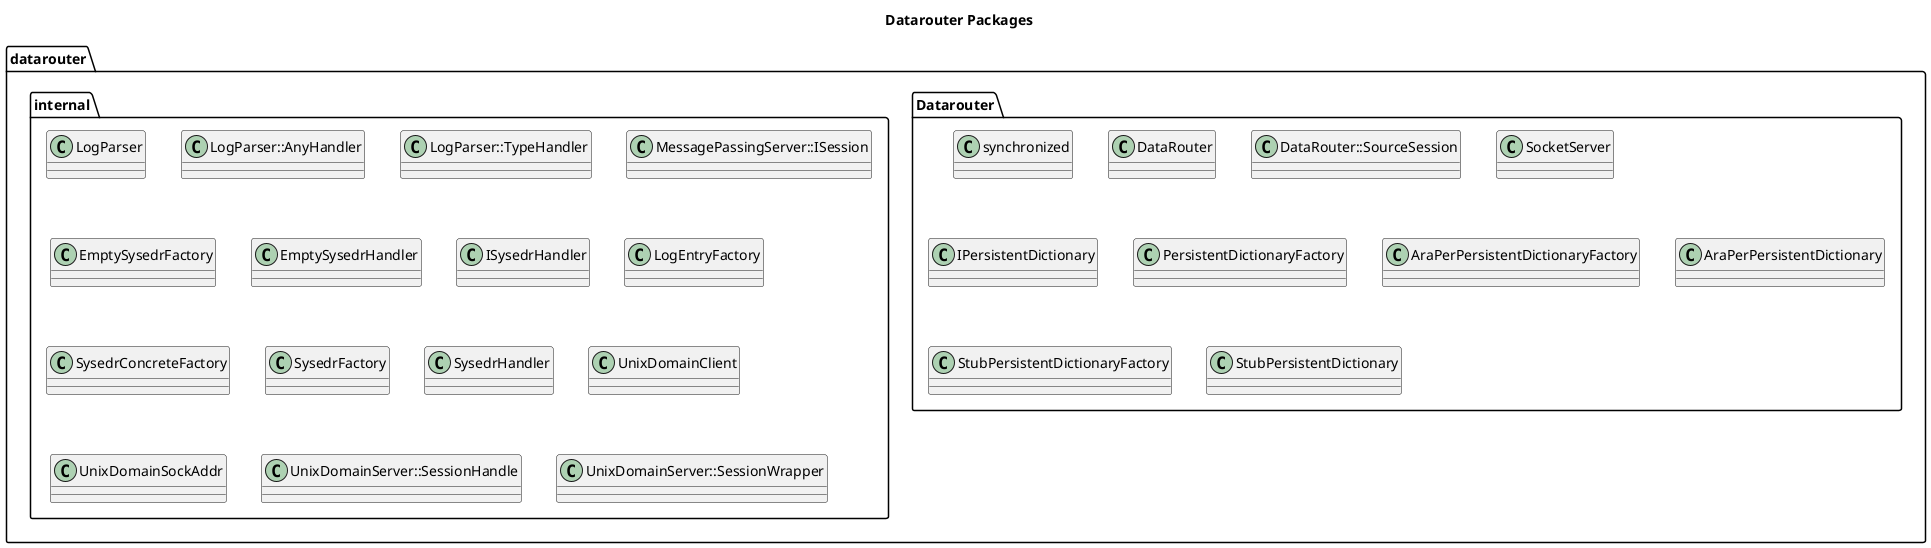
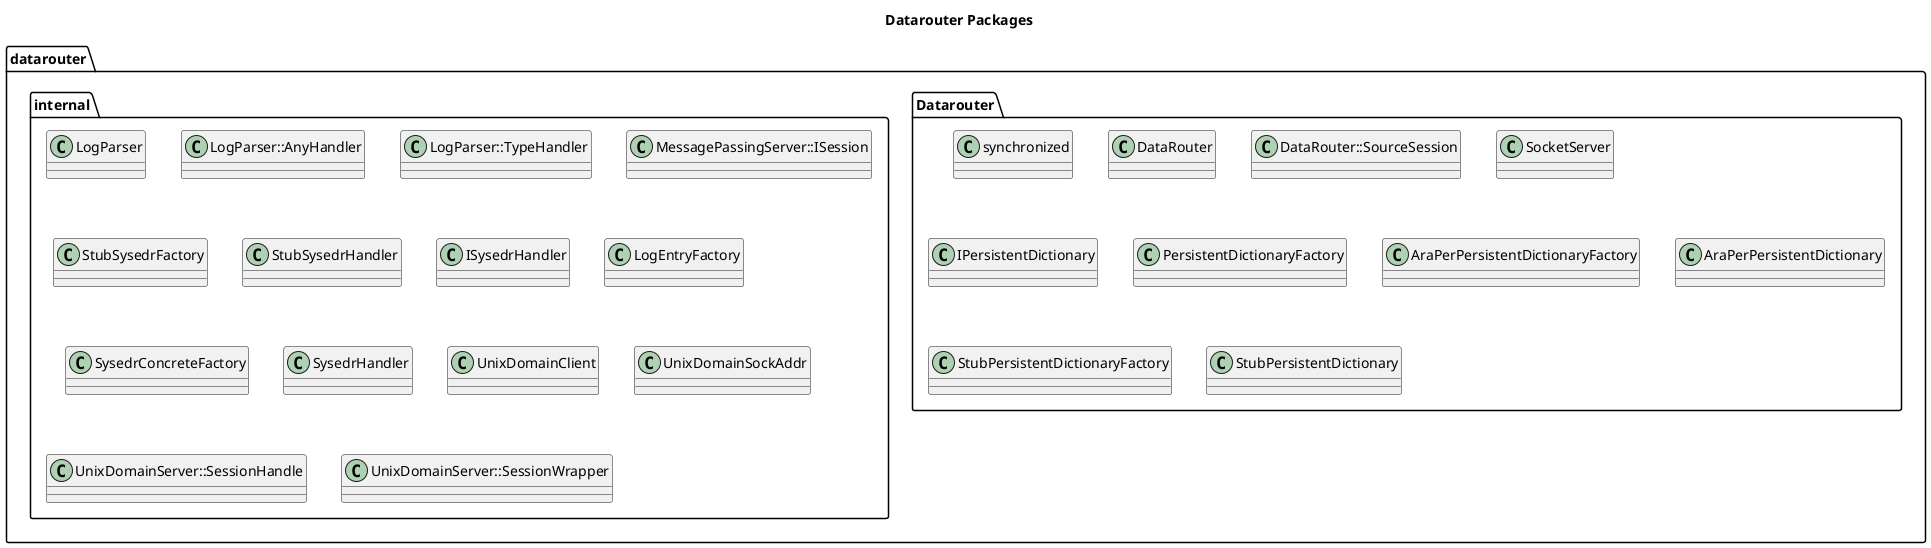
@startuml

title Datarouter Packages

package datarouter {
  package Datarouter {
    class synchronized
    class DataRouter
    class DataRouter::SourceSession
    class SocketServer
    class IPersistentDictionary
    class PersistentDictionaryFactory
    class AraPerPersistentDictionaryFactory
    class AraPerPersistentDictionary
    class StubPersistentDictionaryFactory
    class StubPersistentDictionary
  }

  package internal {
    class LogParser
    class LogParser::AnyHandler
    class LogParser::TypeHandler
    class MessagePassingServer::ISession
-     class EmptySysedrFactory
-     class EmptySysedrHandler
+     class StubSysedrFactory
+     class StubSysedrHandler
    class ISysedrHandler
    class LogEntryFactory
    class SysedrConcreteFactory
-     class SysedrFactory
    class SysedrHandler
    class UnixDomainClient
    class UnixDomainSockAddr
    class UnixDomainServer::SessionHandle
    class UnixDomainServer::SessionWrapper
  }
}

@enduml
